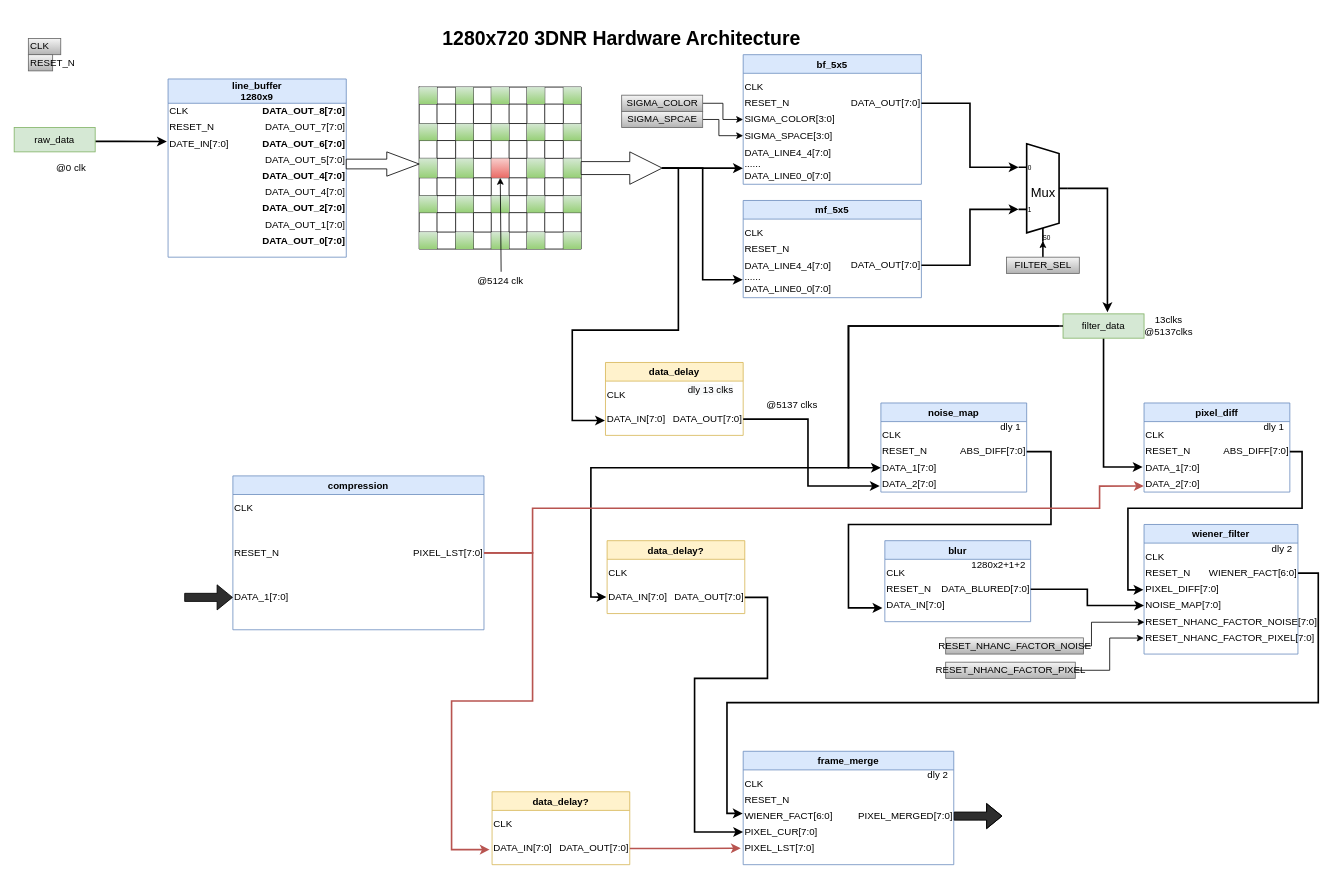
Earlier version of the draw.io diagram page "ModulePartation" (2 of 2) of 3DNR/3DNR_hardware.drawio (sustcsugar/draw.io). Source tidied: cells renumbered, new cells numbered last; positions are measured from the earlier drawing's top-left corner, leaving out a move shared by most shapes. Both pictures are drawn from the tidied source at 81%, with x=0, y=0 at pixel (14, 22).
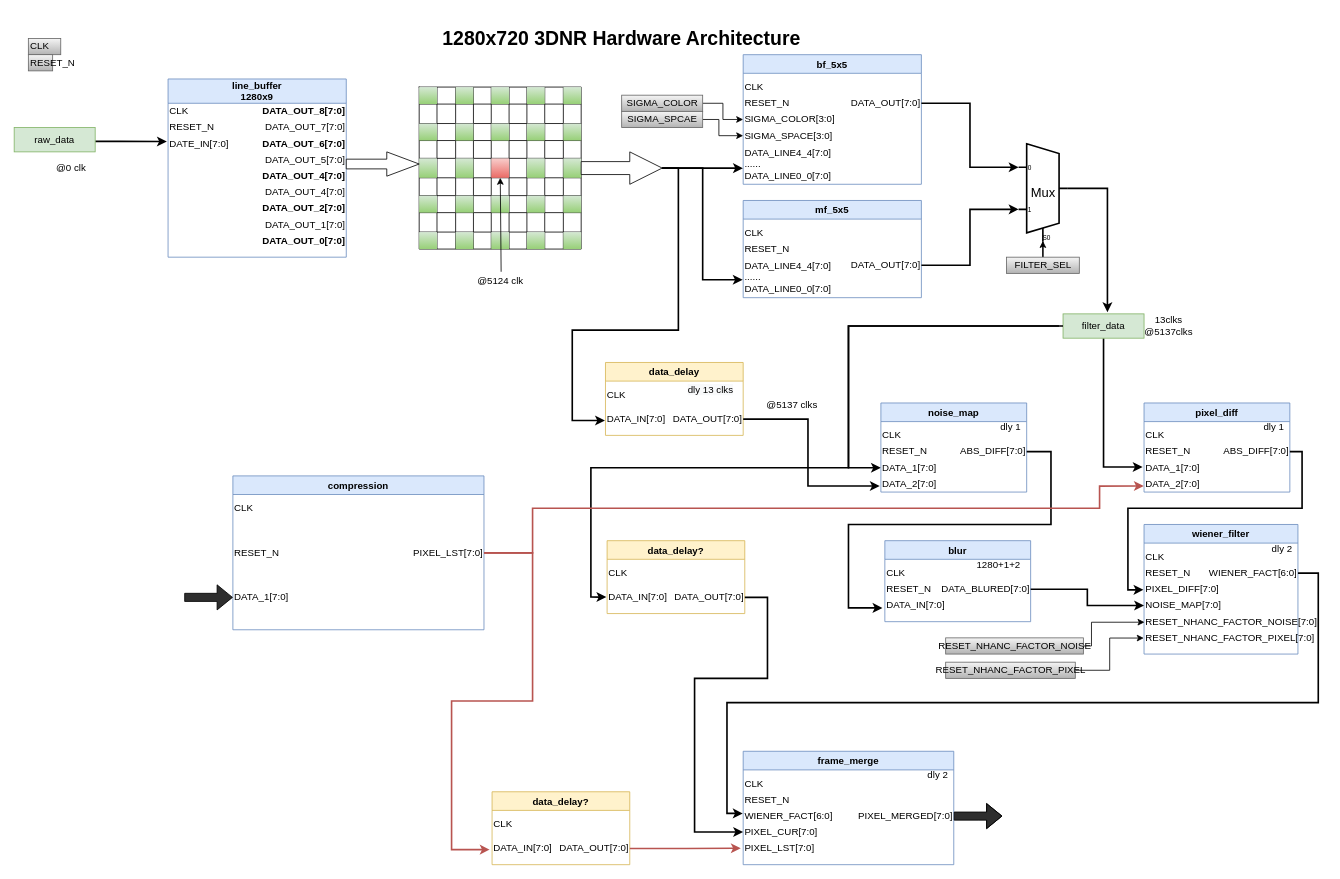
After the change.

Unchanged cells that the change refers to:
```xml
<mxCell id="50" value="blur" style="swimlane;fillColor=#dae8fc;strokeColor=#6c8ebf;startSize=23;" parent="1" vertex="1">
  <mxGeometry x="1074.9" y="640" width="180" height="100" as="geometry" />
</mxCell>
```

The edit, as a diff of the source:
```diff
@@
-    <mxCell id="55" value="1280x2+1+2" style="text;html=1;align=center;verticalAlign=middle;strokeColor=none;fillColor=none;" parent="50" vertex="1">
-      <mxGeometry x="100" y="20" width="80" height="20" as="geometry" />
+    <mxCell id="55" value="1280+1+2" style="text;html=1;align=center;verticalAlign=middle;strokeColor=none;fillColor=none;" parent="50" vertex="1">
+      <mxGeometry x="105" y="20" width="70" height="20" as="geometry" />
     </mxCell>
```
